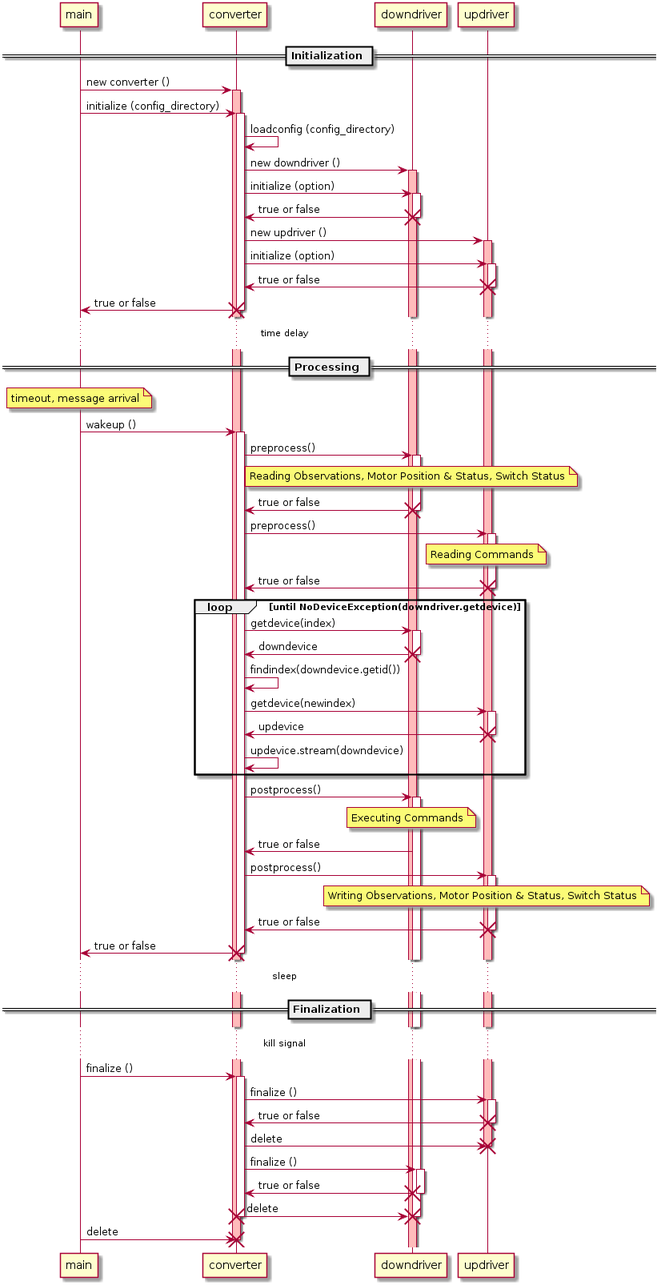
Above: doc/converter_sequence.png in ebio-snu/stdcvt (PlantUML), before the change. Its diagram source:
```plantuml
@startuml
== Initialization ==
main -> converter : new converter ()
activate converter #FFBBBB
main -> converter : initialize (config_directory)
activate converter
converter -> converter : loadconfig (config_directory)
converter -> downdriver : new downdriver ()
activate downdriver #FFBBBB
converter -> downdriver : initialize (option)
activate downdriver
downdriver -> converter : true or false
destroy downdriver

converter -> updriver : new updriver ()
activate updriver #FFBBBB
converter -> updriver : initialize (option)
activate updriver
updriver -> converter : true or false
destroy updriver
converter -> main : true or false
destroy converter

... time delay ...
== Processing ==
note over main
  timeout, message arrival
end note
main -> converter : wakeup ()
activate converter
converter -> downdriver : preprocess()
activate downdriver
note over downdriver
  Reading Observations, Motor Position & Status, Switch Status
end note
downdriver -> converter : true or false
destroy downdriver
converter -> updriver : preprocess()
activate updriver
note over updriver
  Reading Commands
end note
updriver -> converter : true or false
destroy updriver

loop until NoDeviceException(downdriver.getdevice)
  converter -> downdriver : getdevice(index)
  activate downdriver
  downdriver -> converter : downdevice
  destroy downdriver
  converter -> converter : findindex(downdevice.getid())
  converter -> updriver : getdevice(newindex)
  activate updriver
  updriver -> converter : updevice
  destroy updriver
  converter -> converter : updevice.stream(downdevice)
end

converter -> downdriver : postprocess()
activate downdriver
note over downdriver
  Executing Commands
end note
downdriver -> converter : true or false
converter -> updriver : postprocess()
activate updriver
note over updriver
  Writing Observations, Motor Position & Status, Switch Status
end note
updriver -> converter : true or false
destroy updriver

converter -> main : true or false
destroy converter
... sleep ...

== Finalization ==
... kill signal ...
main -> converter : finalize ()
activate converter
converter -> updriver : finalize ()
activate updriver
updriver -> converter : true or false
destroy updriver
converter -> updriver : delete
destroy updriver
converter -> downdriver : finalize ()
activate downdriver
downdriver -> converter : true or false
destroy downdriver
converter -> downdriver : delete
destroy downdriver
destroy converter
main -> converter : delete
destroy converter
@enduml
```
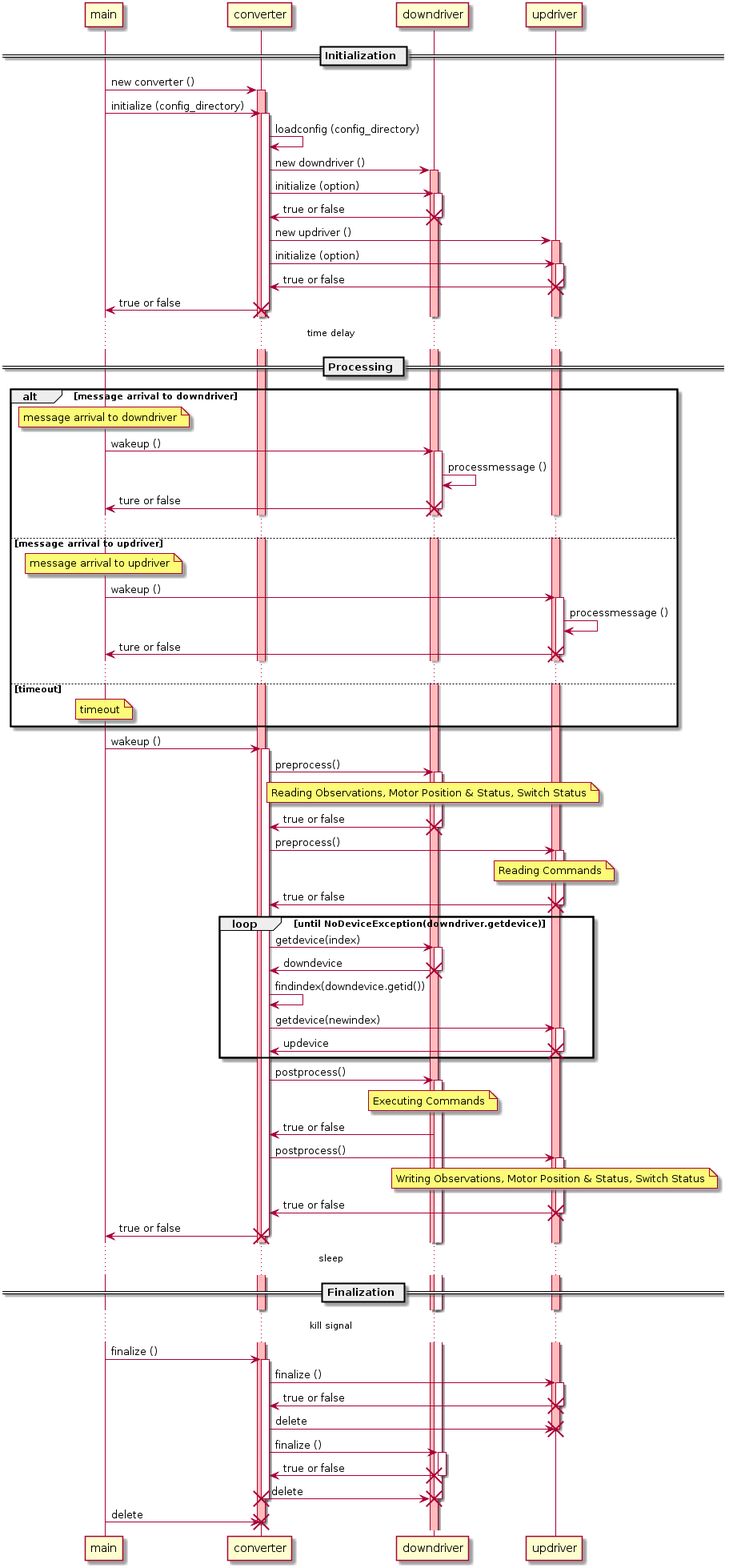
After the commit.

The edit, as a diff of the source:
```diff
@@ -23,9 +23,31 @@
 
 ... time delay ...
 == Processing ==
+alt message arrival to downdriver
 note over main
-  timeout, message arrival
+  message arrival to downdriver
 end note
+main -> downdriver : wakeup ()
+activate downdriver
+downdriver -> downdriver : processmessage ()
+downdriver -> main : ture or false
+destroy downdriver
+...
+else message arrival to updriver
+note over main
+  message arrival to updriver
+end note
+main -> updriver : wakeup ()
+activate updriver
+updriver -> updriver : processmessage ()
+updriver -> main : ture or false
+destroy updriver
+...
+else timeout
+note over main
+  timeout
+end note
+end
 main -> converter : wakeup ()
 activate converter
 converter -> downdriver : preprocess()
@@ -53,7 +75,6 @@
   activate updriver
   updriver -> converter : updevice
   destroy updriver
-  converter -> converter : updevice.stream(downdevice)
 end
 
 converter -> downdriver : postprocess()
```
